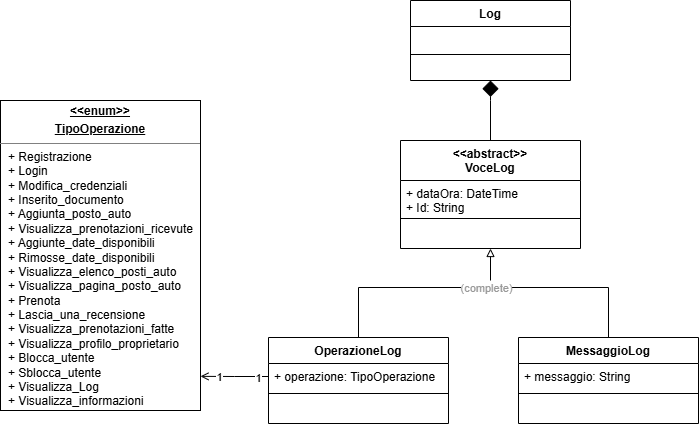
pixettonebboy/progetto-ingegneria-del-software keeps this draw.io diagram as progetto_nostro/cose/DIAGRAMMI/04_4_LogUML.drawio.png. Above is the earlier version. Source tidied: cells renumbered, new cells last; positions are measured from the earlier drawing's top-left corner, leaving out a move shared by most shapes.
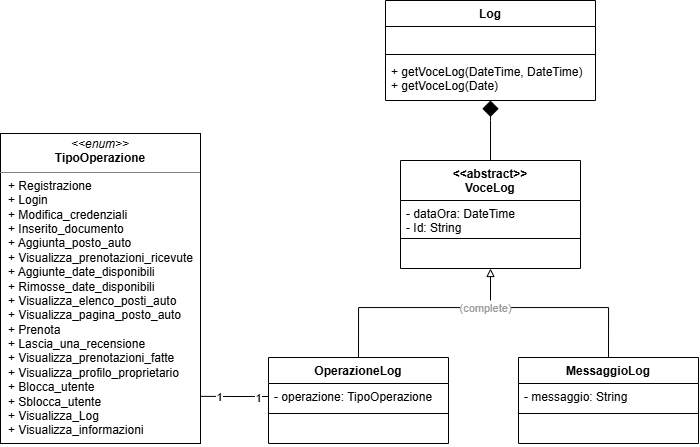
The same file after the commit.

Diff of the diagram source:
```diff
@@ -4,5 +4,2 @@
     <mxCell id="1" parent="0" />
-    <mxCell id="2" value="&lt;p style=&quot;margin:0px;margin-top:4px;text-align:center;text-decoration:underline;&quot;&gt;&lt;b&gt;&amp;lt;&amp;lt;enum&amp;gt;&amp;gt;&lt;/b&gt;&lt;/p&gt;&lt;p style=&quot;margin:0px;margin-top:4px;text-align:center;text-decoration:underline;&quot;&gt;&lt;b&gt;TipoOperazione&lt;/b&gt;&lt;/p&gt;&lt;hr size=&quot;1&quot; style=&quot;border-style:solid;&quot;&gt;&lt;p style=&quot;margin:0px;margin-left:8px;&quot;&gt;+ Registrazione&amp;nbsp;&lt;/p&gt;&lt;p style=&quot;margin:0px;margin-left:8px;&quot;&gt;+ Login&amp;nbsp;&lt;/p&gt;&lt;p style=&quot;margin:0px;margin-left:8px;&quot;&gt;+ Modifica_credenziali&lt;/p&gt;&lt;p style=&quot;margin:0px;margin-left:8px;&quot;&gt;&lt;span style=&quot;background-color: transparent; color: light-dark(rgb(0, 0, 0), rgb(255, 255, 255));&quot;&gt;+ Inserito_documento&lt;/span&gt;&lt;/p&gt;&lt;p style=&quot;margin:0px;margin-left:8px;&quot;&gt;&lt;span style=&quot;background-color: transparent; color: light-dark(rgb(0, 0, 0), rgb(255, 255, 255));&quot;&gt;+ Aggiunta_posto&lt;/span&gt;&lt;span style=&quot;background-color: transparent; color: light-dark(rgb(0, 0, 0), rgb(255, 255, 255));&quot;&gt;_&lt;/span&gt;&lt;span style=&quot;background-color: transparent; color: light-dark(rgb(0, 0, 0), rgb(255, 255, 255));&quot;&gt;auto&lt;/span&gt;&lt;/p&gt;&lt;p style=&quot;margin:0px;margin-left:8px;&quot;&gt;&lt;span style=&quot;background-color: transparent; color: light-dark(rgb(0, 0, 0), rgb(255, 255, 255));&quot;&gt;+ Visualizza&lt;/span&gt;&lt;span style=&quot;background-color: transparent; color: light-dark(rgb(0, 0, 0), rgb(255, 255, 255));&quot;&gt;_&lt;/span&gt;&lt;span style=&quot;background-color: transparent; color: light-dark(rgb(0, 0, 0), rgb(255, 255, 255));&quot;&gt;prenotazioni&lt;/span&gt;&lt;span style=&quot;background-color: transparent; color: light-dark(rgb(0, 0, 0), rgb(255, 255, 255));&quot;&gt;_&lt;/span&gt;&lt;span style=&quot;background-color: transparent; color: light-dark(rgb(0, 0, 0), rgb(255, 255, 255));&quot;&gt;ricevute&lt;/span&gt;&lt;/p&gt;&lt;p style=&quot;margin:0px;margin-left:8px;&quot;&gt;&lt;span style=&quot;background-color: transparent; color: light-dark(rgb(0, 0, 0), rgb(255, 255, 255));&quot;&gt;+ Aggiunte&lt;/span&gt;&lt;span style=&quot;background-color: transparent; color: light-dark(rgb(0, 0, 0), rgb(255, 255, 255));&quot;&gt;_date&lt;/span&gt;&lt;span style=&quot;background-color: transparent; color: light-dark(rgb(0, 0, 0), rgb(255, 255, 255));&quot;&gt;_disponibili&lt;/span&gt;&lt;/p&gt;&lt;p style=&quot;margin:0px;margin-left:8px;&quot;&gt;&lt;span style=&quot;color: light-dark(rgb(0, 0, 0), rgb(255, 255, 255)); background-color: transparent;&quot;&gt;+ Rimosse&lt;/span&gt;&lt;span style=&quot;color: light-dark(rgb(0, 0, 0), rgb(255, 255, 255)); background-color: transparent;&quot;&gt;_date&lt;/span&gt;&lt;span style=&quot;color: light-dark(rgb(0, 0, 0), rgb(255, 255, 255)); background-color: transparent;&quot;&gt;_disponibili&lt;/span&gt;&lt;span style=&quot;background-color: transparent; color: light-dark(rgb(0, 0, 0), rgb(255, 255, 255));&quot;&gt;&lt;/span&gt;&lt;/p&gt;&lt;p style=&quot;margin:0px;margin-left:8px;&quot;&gt;&lt;span style=&quot;background-color: transparent; color: light-dark(rgb(0, 0, 0), rgb(255, 255, 255));&quot;&gt;+ Visualizza&lt;/span&gt;&lt;span style=&quot;background-color: transparent; color: light-dark(rgb(0, 0, 0), rgb(255, 255, 255));&quot;&gt;_&lt;/span&gt;&lt;span style=&quot;background-color: transparent; color: light-dark(rgb(0, 0, 0), rgb(255, 255, 255));&quot;&gt;elenco&lt;/span&gt;&lt;span style=&quot;background-color: transparent; color: light-dark(rgb(0, 0, 0), rgb(255, 255, 255));&quot;&gt;_&lt;/span&gt;&lt;span style=&quot;background-color: transparent; color: light-dark(rgb(0, 0, 0), rgb(255, 255, 255));&quot;&gt;posti&lt;/span&gt;&lt;span style=&quot;background-color: transparent; color: light-dark(rgb(0, 0, 0), rgb(255, 255, 255));&quot;&gt;_&lt;/span&gt;&lt;span style=&quot;background-color: transparent; color: light-dark(rgb(0, 0, 0), rgb(255, 255, 255));&quot;&gt;auto&lt;/span&gt;&lt;/p&gt;&lt;p style=&quot;margin:0px;margin-left:8px;&quot;&gt;&lt;span style=&quot;background-color: transparent; color: light-dark(rgb(0, 0, 0), rgb(255, 255, 255));&quot;&gt;+ Visualizza&lt;/span&gt;&lt;span style=&quot;background-color: transparent; color: light-dark(rgb(0, 0, 0), rgb(255, 255, 255));&quot;&gt;_&lt;/span&gt;&lt;span style=&quot;background-color: transparent; color: light-dark(rgb(0, 0, 0), rgb(255, 255, 255));&quot;&gt;pagina&lt;/span&gt;&lt;span style=&quot;background-color: transparent; color: light-dark(rgb(0, 0, 0), rgb(255, 255, 255));&quot;&gt;_&lt;/span&gt;&lt;span style=&quot;background-color: transparent; color: light-dark(rgb(0, 0, 0), rgb(255, 255, 255));&quot;&gt;posto&lt;/span&gt;&lt;span style=&quot;background-color: transparent; color: light-dark(rgb(0, 0, 0), rgb(255, 255, 255));&quot;&gt;_&lt;/span&gt;&lt;span style=&quot;background-color: transparent; color: light-dark(rgb(0, 0, 0), rgb(255, 255, 255));&quot;&gt;auto&lt;/span&gt;&lt;/p&gt;&lt;p style=&quot;margin:0px;margin-left:8px;&quot;&gt;&lt;span style=&quot;background-color: transparent; color: light-dark(rgb(0, 0, 0), rgb(255, 255, 255));&quot;&gt;+ Prenota&lt;/span&gt;&lt;/p&gt;&lt;p style=&quot;margin:0px;margin-left:8px;&quot;&gt;&lt;span style=&quot;background-color: transparent; color: light-dark(rgb(0, 0, 0), rgb(255, 255, 255));&quot;&gt;+ Lascia&lt;/span&gt;&lt;span style=&quot;background-color: transparent; color: light-dark(rgb(0, 0, 0), rgb(255, 255, 255));&quot;&gt;_&lt;/span&gt;&lt;span style=&quot;background-color: transparent; color: light-dark(rgb(0, 0, 0), rgb(255, 255, 255));&quot;&gt;una&lt;/span&gt;&lt;span style=&quot;background-color: transparent; color: light-dark(rgb(0, 0, 0), rgb(255, 255, 255));&quot;&gt;_&lt;/span&gt;&lt;span style=&quot;background-color: transparent; color: light-dark(rgb(0, 0, 0), rgb(255, 255, 255));&quot;&gt;recensione&lt;/span&gt;&lt;/p&gt;&lt;p style=&quot;margin:0px;margin-left:8px;&quot;&gt;&lt;span style=&quot;background-color: transparent; color: light-dark(rgb(0, 0, 0), rgb(255, 255, 255));&quot;&gt;+ Visualizza&lt;/span&gt;&lt;span style=&quot;background-color: transparent; color: light-dark(rgb(0, 0, 0), rgb(255, 255, 255));&quot;&gt;_&lt;/span&gt;&lt;span style=&quot;background-color: transparent; color: light-dark(rgb(0, 0, 0), rgb(255, 255, 255));&quot;&gt;prenotazioni&lt;/span&gt;&lt;span style=&quot;background-color: transparent; color: light-dark(rgb(0, 0, 0), rgb(255, 255, 255));&quot;&gt;_&lt;/span&gt;&lt;span style=&quot;background-color: transparent; color: light-dark(rgb(0, 0, 0), rgb(255, 255, 255));&quot;&gt;fatte&lt;/span&gt;&lt;/p&gt;&lt;p style=&quot;margin:0px;margin-left:8px;&quot;&gt;&lt;span style=&quot;background-color: transparent; color: light-dark(rgb(0, 0, 0), rgb(255, 255, 255));&quot;&gt;+ Visualizza&lt;/span&gt;&lt;span style=&quot;background-color: transparent; color: light-dark(rgb(0, 0, 0), rgb(255, 255, 255));&quot;&gt;_&lt;/span&gt;&lt;span style=&quot;background-color: transparent; color: light-dark(rgb(0, 0, 0), rgb(255, 255, 255));&quot;&gt;profilo&lt;/span&gt;&lt;span style=&quot;background-color: transparent; color: light-dark(rgb(0, 0, 0), rgb(255, 255, 255));&quot;&gt;_&lt;/span&gt;&lt;span style=&quot;background-color: transparent; color: light-dark(rgb(0, 0, 0), rgb(255, 255, 255));&quot;&gt;proprietario&amp;nbsp;&lt;/span&gt;&lt;/p&gt;&lt;p style=&quot;margin:0px;margin-left:8px;&quot;&gt;&lt;span style=&quot;background-color: transparent; color: light-dark(rgb(0, 0, 0), rgb(255, 255, 255));&quot;&gt;+ Blocca&lt;/span&gt;&lt;span style=&quot;background-color: transparent; color: light-dark(rgb(0, 0, 0), rgb(255, 255, 255));&quot;&gt;_utente&lt;/span&gt;&lt;/p&gt;&lt;p style=&quot;margin:0px;margin-left:8px;&quot;&gt;&lt;span style=&quot;background-color: transparent; color: light-dark(rgb(0, 0, 0), rgb(255, 255, 255));&quot;&gt;+ Sblocca&lt;/span&gt;&lt;span style=&quot;background-color: transparent; color: light-dark(rgb(0, 0, 0), rgb(255, 255, 255));&quot;&gt;_&lt;/span&gt;&lt;span style=&quot;background-color: transparent; color: light-dark(rgb(0, 0, 0), rgb(255, 255, 255));&quot;&gt;utente&lt;/span&gt;&lt;/p&gt;&lt;p style=&quot;margin:0px;margin-left:8px;&quot;&gt;&lt;span style=&quot;background-color: transparent; color: light-dark(rgb(0, 0, 0), rgb(255, 255, 255));&quot;&gt;+ Visualizza&lt;/span&gt;&lt;span style=&quot;background-color: transparent; color: light-dark(rgb(0, 0, 0), rgb(255, 255, 255));&quot;&gt;_&lt;/span&gt;&lt;span style=&quot;background-color: transparent; color: light-dark(rgb(0, 0, 0), rgb(255, 255, 255));&quot;&gt;Log&lt;/span&gt;&lt;/p&gt;&lt;p style=&quot;margin:0px;margin-left:8px;&quot;&gt;&lt;span style=&quot;background-color: transparent; color: light-dark(rgb(0, 0, 0), rgb(255, 255, 255));&quot;&gt;+ Visualizza&lt;/span&gt;&lt;span style=&quot;background-color: transparent; color: light-dark(rgb(0, 0, 0), rgb(255, 255, 255));&quot;&gt;_&lt;/span&gt;&lt;span style=&quot;background-color: transparent; color: light-dark(rgb(0, 0, 0), rgb(255, 255, 255));&quot;&gt;informazioni&lt;/span&gt;&lt;/p&gt;" style="verticalAlign=top;align=left;overflow=fill;html=1;whiteSpace=wrap;" parent="1" vertex="1">
-      <mxGeometry y="100" width="200" height="310" as="geometry" />
-    </mxCell>
     <mxCell id="3" style="edgeStyle=orthogonalEdgeStyle;rounded=0;jettySize=auto;html=1;exitX=0.5;exitY=0;exitDx=0;exitDy=0;entryX=0.5;entryY=0;entryDx=0;entryDy=0;endArrow=none;endFill=0;" parent="1" edge="1" source="5" target="9">
@@ -21,3 +18,3 @@
     </mxCell>
-    <mxCell id="6" value="+ operazione: TipoOperazione" style="text;strokeColor=none;fillColor=none;align=left;verticalAlign=top;spacingLeft=4;spacingRight=4;overflow=hidden;points=[[0,0.5],[1,0.5]];portConstraint=eastwest;whiteSpace=wrap;html=1;" parent="5" vertex="1">
+    <mxCell id="6" value="- operazione: TipoOperazione" style="text;strokeColor=none;fillColor=none;align=left;verticalAlign=top;spacingLeft=4;spacingRight=4;overflow=hidden;points=[[0,0.5],[1,0.5]];portConstraint=eastwest;whiteSpace=wrap;html=1;" parent="5" vertex="1">
       <mxGeometry y="26" width="180" height="26" as="geometry" />
@@ -33,3 +30,3 @@
     </mxCell>
-    <mxCell id="10" value="+ messaggio: String" style="text;strokeColor=none;fillColor=none;align=left;verticalAlign=top;spacingLeft=4;spacingRight=4;overflow=hidden;whiteSpace=wrap;html=1;" parent="9" vertex="1">
+    <mxCell id="10" value="- messaggio: String" style="text;strokeColor=none;fillColor=none;align=left;verticalAlign=top;spacingLeft=4;spacingRight=4;overflow=hidden;whiteSpace=wrap;html=1;" parent="9" vertex="1">
       <mxGeometry y="26" width="180" height="26" as="geometry" />
@@ -42,3 +39,3 @@
     </mxCell>
-    <mxCell id="13" style="edgeStyle=orthogonalEdgeStyle;rounded=0;jettySize=auto;html=1;exitX=0;exitY=0.5;exitDx=0;exitDy=0;entryX=1.01;entryY=0.835;entryDx=0;entryDy=0;entryPerimeter=0;endArrow=open;endFill=0;" parent="1" edge="1" source="6">
+    <mxCell id="13" style="edgeStyle=orthogonalEdgeStyle;rounded=0;jettySize=auto;html=1;exitX=0;exitY=0.5;exitDx=0;exitDy=0;entryX=1.01;entryY=0.835;entryDx=0;entryDy=0;entryPerimeter=0;endArrow=none;endFill=0;" parent="1" edge="1" source="6">
       <mxGeometry relative="1" as="geometry">
@@ -61,3 +58,3 @@
     </mxCell>
-    <mxCell id="18" value="+ dataOra: DateTime&lt;div&gt;+ Id: String&lt;/div&gt;" style="text;strokeColor=none;fillColor=none;align=left;verticalAlign=top;spacingLeft=4;spacingRight=4;overflow=hidden;whiteSpace=wrap;html=1;" parent="17" vertex="1">
+    <mxCell id="18" value="- dataOra: DateTime&lt;div&gt;- Id: String&lt;/div&gt;" style="text;strokeColor=none;fillColor=none;align=left;verticalAlign=top;spacingLeft=4;spacingRight=4;overflow=hidden;whiteSpace=wrap;html=1;" parent="17" vertex="1">
       <mxGeometry y="40" width="180" height="34" as="geometry" />
@@ -70,4 +67,5 @@
     </mxCell>
-    <mxCell id="21" style="endArrow=diamond;endFill=1;endSize=14;html=1;rounded=0;exitX=0.5;exitY=0;exitDx=0;exitDy=0;startSize=14;" parent="1" edge="1" source="17" target="25">
+    <mxCell id="21" style="endArrow=diamond;endFill=1;endSize=14;html=1;rounded=0;exitX=0.5;exitY=0;exitDx=0;exitDy=0;startSize=14;" parent="1" edge="1" source="17">
       <mxGeometry relative="1" as="geometry">
+        <mxPoint x="490" y="80" as="targetPoint" />
         <Array as="points">
@@ -78,13 +76,16 @@
     <mxCell id="22" value="Log" style="swimlane;fontStyle=1;align=center;verticalAlign=top;horizontal=1;startSize=26;whiteSpace=wrap;html=1;" parent="1" vertex="1">
-      <mxGeometry x="410" width="160" height="80" as="geometry" />
+      <mxGeometry x="385" y="-20" width="210" height="100" as="geometry" />
     </mxCell>
     <mxCell id="23" value="&lt;br&gt;&lt;div&gt;&lt;br&gt;&lt;/div&gt;" style="text;strokeColor=none;fillColor=none;align=left;verticalAlign=top;spacingLeft=4;spacingRight=4;overflow=hidden;whiteSpace=wrap;html=1;" parent="22" vertex="1">
-      <mxGeometry y="26" width="160" height="24" as="geometry" />
+      <mxGeometry y="26" width="210" height="24" as="geometry" />
     </mxCell>
     <mxCell id="24" style="line;strokeWidth=1;fillColor=none;align=left;verticalAlign=middle;spacingTop=-1;spacingLeft=3;spacingRight=3;labelPosition=right;strokeColor=inherit;" parent="22" vertex="1">
-      <mxGeometry y="50" width="160" height="8" as="geometry" />
+      <mxGeometry y="50" width="210" height="8" as="geometry" />
     </mxCell>
-    <mxCell id="25" value="&lt;br&gt;&lt;div&gt;&lt;br&gt;&lt;/div&gt;" style="text;strokeColor=none;fillColor=none;align=left;verticalAlign=top;spacingLeft=4;spacingRight=4;overflow=hidden;points=[[0,0.5],[1,0.5]];portConstraint=eastwest;whiteSpace=wrap;html=1;" parent="22" vertex="1">
-      <mxGeometry y="58" width="160" height="22" as="geometry" />
+    <mxCell id="25" value="&lt;div&gt;+ getVoceLog(DateTime, DateTime)&lt;/div&gt;&lt;div&gt;+ getVoceLog(Date)&lt;/div&gt;" style="text;strokeColor=none;fillColor=none;align=left;verticalAlign=top;spacingLeft=4;spacingRight=4;overflow=hidden;points=[[0,0.5],[1,0.5]];portConstraint=eastwest;whiteSpace=wrap;html=1;" parent="22" vertex="1">
+      <mxGeometry y="58" width="210" height="42" as="geometry" />
     </mxCell>
+    <mxCell id="2" value="&lt;p style=&quot;margin:0px;margin-top:4px;text-align:center;&quot;&gt;&lt;i&gt;&amp;lt;&amp;lt;enum&amp;gt;&amp;gt;&lt;/i&gt;&lt;br&gt;&lt;b&gt;TipoOperazione&lt;/b&gt;&lt;/p&gt;&lt;hr size=&quot;1&quot; style=&quot;border-style:solid;&quot;&gt;&lt;p style=&quot;margin: 0px 0px 0px 8px;&quot;&gt;+ Registrazione&amp;nbsp;&lt;/p&gt;&lt;p style=&quot;margin: 0px 0px 0px 8px;&quot;&gt;+ Login&amp;nbsp;&lt;/p&gt;&lt;p style=&quot;margin: 0px 0px 0px 8px;&quot;&gt;+ Modifica_credenziali&lt;/p&gt;&lt;p style=&quot;margin: 0px 0px 0px 8px;&quot;&gt;&lt;span style=&quot;background-color: transparent; color: light-dark(rgb(0, 0, 0), rgb(255, 255, 255));&quot;&gt;+ Inserito_documento&lt;/span&gt;&lt;/p&gt;&lt;p style=&quot;margin: 0px 0px 0px 8px;&quot;&gt;&lt;span style=&quot;background-color: transparent; color: light-dark(rgb(0, 0, 0), rgb(255, 255, 255));&quot;&gt;+ Aggiunta_posto&lt;/span&gt;&lt;span style=&quot;background-color: transparent; color: light-dark(rgb(0, 0, 0), rgb(255, 255, 255));&quot;&gt;_&lt;/span&gt;&lt;span style=&quot;background-color: transparent; color: light-dark(rgb(0, 0, 0), rgb(255, 255, 255));&quot;&gt;auto&lt;/span&gt;&lt;/p&gt;&lt;p style=&quot;margin: 0px 0px 0px 8px;&quot;&gt;&lt;span style=&quot;background-color: transparent; color: light-dark(rgb(0, 0, 0), rgb(255, 255, 255));&quot;&gt;+ Visualizza&lt;/span&gt;&lt;span style=&quot;background-color: transparent; color: light-dark(rgb(0, 0, 0), rgb(255, 255, 255));&quot;&gt;_&lt;/span&gt;&lt;span style=&quot;background-color: transparent; color: light-dark(rgb(0, 0, 0), rgb(255, 255, 255));&quot;&gt;prenotazioni&lt;/span&gt;&lt;span style=&quot;background-color: transparent; color: light-dark(rgb(0, 0, 0), rgb(255, 255, 255));&quot;&gt;_&lt;/span&gt;&lt;span style=&quot;background-color: transparent; color: light-dark(rgb(0, 0, 0), rgb(255, 255, 255));&quot;&gt;ricevute&lt;/span&gt;&lt;/p&gt;&lt;p style=&quot;margin: 0px 0px 0px 8px;&quot;&gt;&lt;span style=&quot;background-color: transparent; color: light-dark(rgb(0, 0, 0), rgb(255, 255, 255));&quot;&gt;+ Aggiunte&lt;/span&gt;&lt;span style=&quot;background-color: transparent; color: light-dark(rgb(0, 0, 0), rgb(255, 255, 255));&quot;&gt;_date&lt;/span&gt;&lt;span style=&quot;background-color: transparent; color: light-dark(rgb(0, 0, 0), rgb(255, 255, 255));&quot;&gt;_disponibili&lt;/span&gt;&lt;/p&gt;&lt;p style=&quot;margin: 0px 0px 0px 8px;&quot;&gt;&lt;span style=&quot;color: light-dark(rgb(0, 0, 0), rgb(255, 255, 255)); background-color: transparent;&quot;&gt;+ Rimosse&lt;/span&gt;&lt;span style=&quot;color: light-dark(rgb(0, 0, 0), rgb(255, 255, 255)); background-color: transparent;&quot;&gt;_date&lt;/span&gt;&lt;span style=&quot;color: light-dark(rgb(0, 0, 0), rgb(255, 255, 255)); background-color: transparent;&quot;&gt;_disponibili&lt;/span&gt;&lt;span style=&quot;background-color: transparent; color: light-dark(rgb(0, 0, 0), rgb(255, 255, 255));&quot;&gt;&lt;/span&gt;&lt;/p&gt;&lt;p style=&quot;margin: 0px 0px 0px 8px;&quot;&gt;&lt;span style=&quot;background-color: transparent; color: light-dark(rgb(0, 0, 0), rgb(255, 255, 255));&quot;&gt;+ Visualizza&lt;/span&gt;&lt;span style=&quot;background-color: transparent; color: light-dark(rgb(0, 0, 0), rgb(255, 255, 255));&quot;&gt;_&lt;/span&gt;&lt;span style=&quot;background-color: transparent; color: light-dark(rgb(0, 0, 0), rgb(255, 255, 255));&quot;&gt;elenco&lt;/span&gt;&lt;span style=&quot;background-color: transparent; color: light-dark(rgb(0, 0, 0), rgb(255, 255, 255));&quot;&gt;_&lt;/span&gt;&lt;span style=&quot;background-color: transparent; color: light-dark(rgb(0, 0, 0), rgb(255, 255, 255));&quot;&gt;posti&lt;/span&gt;&lt;span style=&quot;background-color: transparent; color: light-dark(rgb(0, 0, 0), rgb(255, 255, 255));&quot;&gt;_&lt;/span&gt;&lt;span style=&quot;background-color: transparent; color: light-dark(rgb(0, 0, 0), rgb(255, 255, 255));&quot;&gt;auto&lt;/span&gt;&lt;/p&gt;&lt;p style=&quot;margin: 0px 0px 0px 8px;&quot;&gt;&lt;span style=&quot;background-color: transparent; color: light-dark(rgb(0, 0, 0), rgb(255, 255, 255));&quot;&gt;+ Visualizza&lt;/span&gt;&lt;span style=&quot;background-color: transparent; color: light-dark(rgb(0, 0, 0), rgb(255, 255, 255));&quot;&gt;_&lt;/span&gt;&lt;span style=&quot;background-color: transparent; color: light-dark(rgb(0, 0, 0), rgb(255, 255, 255));&quot;&gt;pagina&lt;/span&gt;&lt;span style=&quot;background-color: transparent; color: light-dark(rgb(0, 0, 0), rgb(255, 255, 255));&quot;&gt;_&lt;/span&gt;&lt;span style=&quot;background-color: transparent; color: light-dark(rgb(0, 0, 0), rgb(255, 255, 255));&quot;&gt;posto&lt;/span&gt;&lt;span style=&quot;background-color: transparent; color: light-dark(rgb(0, 0, 0), rgb(255, 255, 255));&quot;&gt;_&lt;/span&gt;&lt;span style=&quot;background-color: transparent; color: light-dark(rgb(0, 0, 0), rgb(255, 255, 255));&quot;&gt;auto&lt;/span&gt;&lt;/p&gt;&lt;p style=&quot;margin: 0px 0px 0px 8px;&quot;&gt;&lt;span style=&quot;background-color: transparent; color: light-dark(rgb(0, 0, 0), rgb(255, 255, 255));&quot;&gt;+ Prenota&lt;/span&gt;&lt;/p&gt;&lt;p style=&quot;margin: 0px 0px 0px 8px;&quot;&gt;&lt;span style=&quot;background-color: transparent; color: light-dark(rgb(0, 0, 0), rgb(255, 255, 255));&quot;&gt;+ Lascia&lt;/span&gt;&lt;span style=&quot;background-color: transparent; color: light-dark(rgb(0, 0, 0), rgb(255, 255, 255));&quot;&gt;_&lt;/span&gt;&lt;span style=&quot;background-color: transparent; color: light-dark(rgb(0, 0, 0), rgb(255, 255, 255));&quot;&gt;una&lt;/span&gt;&lt;span style=&quot;background-color: transparent; color: light-dark(rgb(0, 0, 0), rgb(255, 255, 255));&quot;&gt;_&lt;/span&gt;&lt;span style=&quot;background-color: transparent; color: light-dark(rgb(0, 0, 0), rgb(255, 255, 255));&quot;&gt;recensione&lt;/span&gt;&lt;/p&gt;&lt;p style=&quot;margin: 0px 0px 0px 8px;&quot;&gt;&lt;span style=&quot;background-color: transparent; color: light-dark(rgb(0, 0, 0), rgb(255, 255, 255));&quot;&gt;+ Visualizza&lt;/span&gt;&lt;span style=&quot;background-color: transparent; color: light-dark(rgb(0, 0, 0), rgb(255, 255, 255));&quot;&gt;_&lt;/span&gt;&lt;span style=&quot;background-color: transparent; color: light-dark(rgb(0, 0, 0), rgb(255, 255, 255));&quot;&gt;prenotazioni&lt;/span&gt;&lt;span style=&quot;background-color: transparent; color: light-dark(rgb(0, 0, 0), rgb(255, 255, 255));&quot;&gt;_&lt;/span&gt;&lt;span style=&quot;background-color: transparent; color: light-dark(rgb(0, 0, 0), rgb(255, 255, 255));&quot;&gt;fatte&lt;/span&gt;&lt;/p&gt;&lt;p style=&quot;margin: 0px 0px 0px 8px;&quot;&gt;&lt;span style=&quot;background-color: transparent; color: light-dark(rgb(0, 0, 0), rgb(255, 255, 255));&quot;&gt;+ Visualizza&lt;/span&gt;&lt;span style=&quot;background-color: transparent; color: light-dark(rgb(0, 0, 0), rgb(255, 255, 255));&quot;&gt;_&lt;/span&gt;&lt;span style=&quot;background-color: transparent; color: light-dark(rgb(0, 0, 0), rgb(255, 255, 255));&quot;&gt;profilo&lt;/span&gt;&lt;span style=&quot;background-color: transparent; color: light-dark(rgb(0, 0, 0), rgb(255, 255, 255));&quot;&gt;_&lt;/span&gt;&lt;span style=&quot;background-color: transparent; color: light-dark(rgb(0, 0, 0), rgb(255, 255, 255));&quot;&gt;proprietario&amp;nbsp;&lt;/span&gt;&lt;/p&gt;&lt;p style=&quot;margin: 0px 0px 0px 8px;&quot;&gt;&lt;span style=&quot;background-color: transparent; color: light-dark(rgb(0, 0, 0), rgb(255, 255, 255));&quot;&gt;+ Blocca&lt;/span&gt;&lt;span style=&quot;background-color: transparent; color: light-dark(rgb(0, 0, 0), rgb(255, 255, 255));&quot;&gt;_utente&lt;/span&gt;&lt;/p&gt;&lt;p style=&quot;margin: 0px 0px 0px 8px;&quot;&gt;&lt;span style=&quot;background-color: transparent; color: light-dark(rgb(0, 0, 0), rgb(255, 255, 255));&quot;&gt;+ Sblocca&lt;/span&gt;&lt;span style=&quot;background-color: transparent; color: light-dark(rgb(0, 0, 0), rgb(255, 255, 255));&quot;&gt;_&lt;/span&gt;&lt;span style=&quot;background-color: transparent; color: light-dark(rgb(0, 0, 0), rgb(255, 255, 255));&quot;&gt;utente&lt;/span&gt;&lt;/p&gt;&lt;p style=&quot;margin: 0px 0px 0px 8px;&quot;&gt;&lt;span style=&quot;background-color: transparent; color: light-dark(rgb(0, 0, 0), rgb(255, 255, 255));&quot;&gt;+ Visualizza&lt;/span&gt;&lt;span style=&quot;background-color: transparent; color: light-dark(rgb(0, 0, 0), rgb(255, 255, 255));&quot;&gt;_&lt;/span&gt;&lt;span style=&quot;background-color: transparent; color: light-dark(rgb(0, 0, 0), rgb(255, 255, 255));&quot;&gt;Log&lt;/span&gt;&lt;/p&gt;&lt;p style=&quot;margin: 0px 0px 0px 8px;&quot;&gt;&lt;span style=&quot;background-color: transparent; color: light-dark(rgb(0, 0, 0), rgb(255, 255, 255));&quot;&gt;+ Visualizza&lt;/span&gt;&lt;span style=&quot;background-color: transparent; color: light-dark(rgb(0, 0, 0), rgb(255, 255, 255));&quot;&gt;_&lt;/span&gt;&lt;span style=&quot;background-color: transparent; color: light-dark(rgb(0, 0, 0), rgb(255, 255, 255));&quot;&gt;informazioni&lt;/span&gt;&lt;/p&gt;&lt;p style=&quot;margin:0px;margin-left:4px;&quot;&gt;&lt;br&gt;&lt;/p&gt;" style="verticalAlign=top;align=left;overflow=fill;html=1;whiteSpace=wrap;" parent="1" vertex="1">
+      <mxGeometry y="113" width="200" height="310" as="geometry" />
+    </mxCell>
   </root>
```
